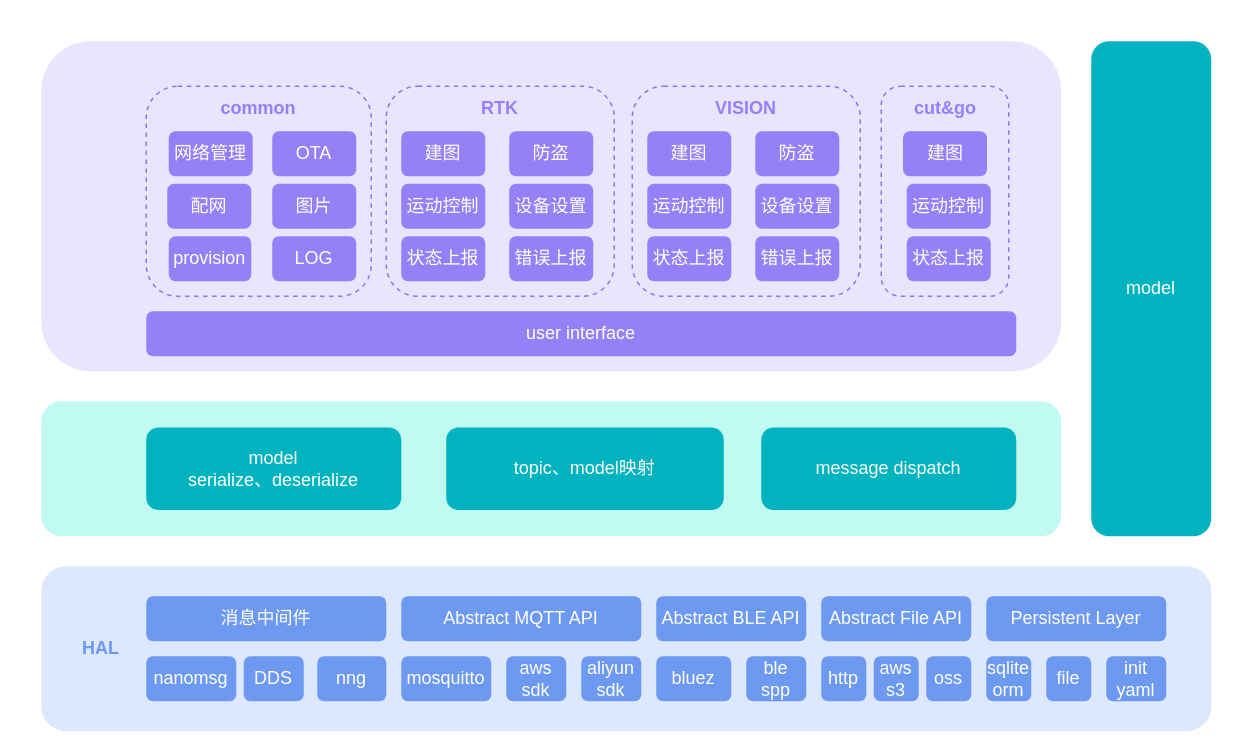
Earlier version of the draw.io diagram 割草机.drawio (xunzhaoxusanduo/1-drawio). Source tidied: cells renumbered, new cells numbered last; positions are measured from the earlier drawing's top-left corner, leaving out a move shared by most shapes. Both pictures are drawn from the tidied source at 150%, with x=0, y=0 at pixel (40, 40).
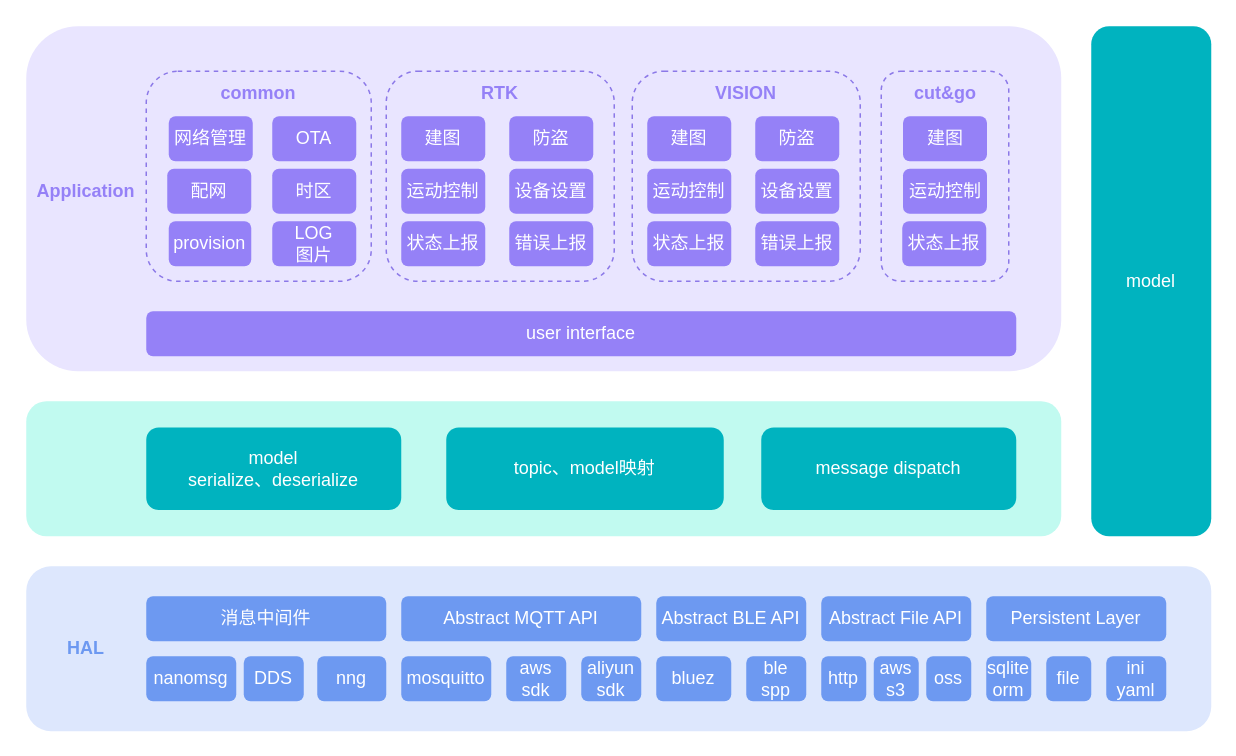
Above is the later version.

Commit message:
更新割草机.drawio

The edit, as a diff of the source:
```diff
@@
     <mxCell id="2" style="rounded=1;whiteSpace=wrap;html=1;fillColor=#dde7fd;strokeColor=none;" parent="1" vertex="1">
-      <mxGeometry y="350" width="780" height="110" as="geometry" />
+      <mxGeometry x="-10" y="350" width="790" height="110" as="geometry" />
     </mxCell>
@@
     <mxCell id="10" value="HAL" style="text;html=1;strokeColor=none;fillColor=none;align=center;verticalAlign=middle;whiteSpace=wrap;rounded=0;fontColor=#6d99f1;fontStyle=1;" parent="1" vertex="1">
-      <mxGeometry x="10" y="390" width="60" height="30" as="geometry" />
+      <mxGeometry x="-5" y="390" width="70" height="30" as="geometry" />
     </mxCell>
     <mxCell id="11" style="rounded=1;whiteSpace=wrap;html=1;fillColor=#c1faf0;strokeColor=none;" parent="1" vertex="1">
-      <mxGeometry y="240" width="680" height="90" as="geometry" />
+      <mxGeometry x="-10" y="240" width="690" height="90" as="geometry" />
     </mxCell>
@@
     <mxCell id="13" value="&lt;div data-t=&quot;flow&quot; data-processon-v=&quot;{&amp;quot;list&amp;quot;:[{&amp;quot;parent&amp;quot;:&amp;quot;&amp;quot;,&amp;quot;link&amp;quot;:&amp;quot;&amp;quot;,&amp;quot;shapeStyle&amp;quot;:{&amp;quot;alpha&amp;quot;:1},&amp;quot;textBlock&amp;quot;:[{&amp;quot;position&amp;quot;:{&amp;quot;w&amp;quot;:&amp;quot;w-20&amp;quot;,&amp;quot;x&amp;quot;:10,&amp;quot;h&amp;quot;:&amp;quot;h&amp;quot;,&amp;quot;y&amp;quot;:0},&amp;quot;text&amp;quot;:&amp;quot;model&lt;div&gt;序列化、反序列化&lt;/div&gt;&amp;quot;}],&amp;quot;anchors&amp;quot;:[{&amp;quot;x&amp;quot;:&amp;quot;w/2&amp;quot;,&amp;quot;y&amp;quot;:&amp;quot;0&amp;quot;},{&amp;quot;x&amp;quot;:&amp;quot;w/2&amp;quot;,&amp;quot;y&amp;quot;:&amp;quot;h&amp;quot;},{&amp;quot;x&amp;quot;:&amp;quot;0&amp;quot;,&amp;quot;y&amp;quot;:&amp;quot;h/2&amp;quot;},{&amp;quot;x&amp;quot;:&amp;quot;w&amp;quot;,&amp;quot;y&amp;quot;:&amp;quot;h/2&amp;quot;}],&amp;quot;fontStyle&amp;quot;:{&amp;quot;color&amp;quot;:&amp;quot;255,255,255&amp;quot;,&amp;quot;size&amp;quot;:12},&amp;quot;dataAttributes&amp;quot;:[{&amp;quot;name&amp;quot;:&amp;quot;序号&amp;quot;,&amp;quot;id&amp;quot;:&amp;quot;JrwUtCCTrl426030&amp;quot;,&amp;quot;type&amp;quot;:&amp;quot;number&amp;quot;,&amp;quot;category&amp;quot;:&amp;quot;default&amp;quot;,&amp;quot;value&amp;quot;:&amp;quot;&amp;quot;},{&amp;quot;name&amp;quot;:&amp;quot;名称&amp;quot;,&amp;quot;id&amp;quot;:&amp;quot;zWFyebNOZr621846&amp;quot;,&amp;quot;type&amp;quot;:&amp;quot;string&amp;quot;,&amp;quot;category&amp;quot;:&amp;quot;default&amp;quot;,&amp;quot;value&amp;quot;:&amp;quot;&amp;quot;},{&amp;quot;name&amp;quot;:&amp;quot;所有者&amp;quot;,&amp;quot;id&amp;quot;:&amp;quot;DDkIAjTwSY076523&amp;quot;,&amp;quot;type&amp;quot;:&amp;quot;string&amp;quot;,&amp;quot;category&amp;quot;:&amp;quot;default&amp;quot;,&amp;quot;value&amp;quot;:&amp;quot;&amp;quot;},{&amp;quot;name&amp;quot;:&amp;quot;连接&amp;quot;,&amp;quot;id&amp;quot;:&amp;quot;XHLMEQMAEG652049&amp;quot;,&amp;quot;type&amp;quot;:&amp;quot;link&amp;quot;,&amp;quot;category&amp;quot;:&amp;quot;default&amp;quot;,&amp;quot;value&amp;quot;:&amp;quot;&amp;quot;},{&amp;quot;name&amp;quot;:&amp;quot;便笺&amp;quot;,&amp;quot;id&amp;quot;:&amp;quot;quSSQknqel203891&amp;quot;,&amp;quot;type&amp;quot;:&amp;quot;string&amp;quot;,&amp;quot;category&amp;quot;:&amp;quot;default&amp;quot;,&amp;quot;value&amp;quot;:&amp;quot;&amp;quot;}],&amp;quot;props&amp;quot;:{&amp;quot;zindex&amp;quot;:25,&amp;quot;w&amp;quot;:153,&amp;quot;x&amp;quot;:195.3589743589743,&amp;quot;h&amp;quot;:44,&amp;quot;y&amp;quot;:420.3333333333335,&amp;quot;angle&amp;quot;:0},&amp;quot;path&amp;quot;:[{&amp;quot;actions&amp;quot;:[{&amp;quot;x&amp;quot;:&amp;quot;0&amp;quot;,&amp;quot;action&amp;quot;:&amp;quot;move&amp;quot;,&amp;quot;y&amp;quot;:&amp;quot;4&amp;quot;},{&amp;quot;y1&amp;quot;:&amp;quot;0&amp;quot;,&amp;quot;x&amp;quot;:&amp;quot;4&amp;quot;,&amp;quot;action&amp;quot;:&amp;quot;quadraticCurve&amp;quot;,&amp;quot;x1&amp;quot;:&amp;quot;0&amp;quot;,&amp;quot;y&amp;quot;:&amp;quot;0&amp;quot;},{&amp;quot;x&amp;quot;:&amp;quot;w-4&amp;quot;,&amp;quot;action&amp;quot;:&amp;quot;line&amp;quot;,&amp;quot;y&amp;quot;:&amp;quot;0&amp;quot;},{&amp;quot;y1&amp;quot;:&amp;quot;0&amp;quot;,&amp;quot;x&amp;quot;:&amp;quot;w&amp;quot;,&amp;quot;action&amp;quot;:&amp;quot;quadraticCurve&amp;quot;,&amp;quot;x1&amp;quot;:&amp;quot;w&amp;quot;,&amp;quot;y&amp;quot;:&amp;quot;4&amp;quot;},{&amp;quot;x&amp;quot;:&amp;quot;w&amp;quot;,&amp;quot;action&amp;quot;:&amp;quot;line&amp;quot;,&amp;quot;y&amp;quot;:&amp;quot;h-4&amp;quot;},{&amp;quot;y1&amp;quot;:&amp;quot;h&amp;quot;,&amp;quot;x&amp;quot;:&amp;quot;w-4&amp;quot;,&amp;quot;action&amp;quot;:&amp;quot;quadraticCurve&amp;quot;,&amp;quot;x1&amp;quot;:&amp;quot;w&amp;quot;,&amp;quot;y&amp;quot;:&amp;quot;h&amp;quot;},{&amp;quot;x&amp;quot;:&amp;quot;4&amp;quot;,&amp;quot;action&amp;quot;:&amp;quot;line&amp;quot;,&amp;quot;y&amp;quot;:&amp;quot;h&amp;quot;},{&amp;quot;y1&amp;quot;:&amp;quot;h&amp;quot;,&amp;quot;x&amp;quot;:&amp;quot;0&amp;quot;,&amp;quot;action&amp;quot;:&amp;quot;quadraticCurve&amp;quot;,&amp;quot;x1&amp;quot;:&amp;quot;0&amp;quot;,&amp;quot;y&amp;quot;:&amp;quot;h-4&amp;quot;},{&amp;quot;action&amp;quot;:&amp;quot;close&amp;quot;}]}],&amp;quot;lineStyle&amp;quot;:{&amp;quot;lineColor&amp;quot;:&amp;quot;0,186,199&amp;quot;},&amp;quot;children&amp;quot;:[],&amp;quot;resizeDir&amp;quot;:[&amp;quot;tl&amp;quot;,&amp;quot;tr&amp;quot;,&amp;quot;br&amp;quot;,&amp;quot;bl&amp;quot;,&amp;quot;l&amp;quot;,&amp;quot;t&amp;quot;,&amp;quot;r&amp;quot;,&amp;quot;b&amp;quot;],&amp;quot;name&amp;quot;:&amp;quot;roundRectangle&amp;quot;,&amp;quot;fillStyle&amp;quot;:{&amp;quot;color&amp;quot;:&amp;quot;0,186,199&amp;quot;,&amp;quot;type&amp;quot;:&amp;quot;solid&amp;quot;},&amp;quot;theme&amp;quot;:{},&amp;quot;id&amp;quot;:&amp;quot;gPrsLUqYKf349802&amp;quot;,&amp;quot;attribute&amp;quot;:{&amp;quot;container&amp;quot;:false,&amp;quot;rotatable&amp;quot;:true,&amp;quot;visible&amp;quot;:true,&amp;quot;fixedLink&amp;quot;:false,&amp;quot;collapsable&amp;quot;:false,&amp;quot;collapsed&amp;quot;:false,&amp;quot;linkable&amp;quot;:true,&amp;quot;markerOffset&amp;quot;:5},&amp;quot;category&amp;quot;:&amp;quot;basic&amp;quot;,&amp;quot;locked&amp;quot;:false,&amp;quot;group&amp;quot;:&amp;quot;&amp;quot;}],&amp;quot;client&amp;quot;:&amp;quot;1700191959465KsjMVhOzrR021758&amp;quot;}&quot;&gt; &lt;/div&gt;" style="text;whiteSpace=wrap;html=1;" parent="1" vertex="1">
-      <mxGeometry x="290" y="150" width="30" height="20" as="geometry" />
+      <mxGeometry x="290" y="140" width="30" height="20" as="geometry" />
     </mxCell>
@@
     <mxCell id="15" style="rounded=1;whiteSpace=wrap;html=1;fillColor=#e9e5ff;strokeColor=none;" parent="1" vertex="1">
-      <mxGeometry width="680" height="220" as="geometry" />
+      <mxGeometry x="-10" y="-10" width="690" height="230" as="geometry" />
     </mxCell>
     <mxCell id="16" style="rounded=1;whiteSpace=wrap;html=1;fillColor=none;dashed=1;strokeColor=#8c79e8;" parent="1" vertex="1">
-      <mxGeometry x="70" y="30" width="150" height="140" as="geometry" />
+      <mxGeometry x="70" y="20" width="150" height="140" as="geometry" />
     </mxCell>
     <mxCell id="17" value="provision" style="rounded=1;whiteSpace=wrap;html=1;strokeColor=none;fillColor=#9581f7;fontColor=#ffffff;" parent="1" vertex="1">
-      <mxGeometry x="85" y="130" width="55" height="30" as="geometry" />
+      <mxGeometry x="85" y="120" width="55" height="30" as="geometry" />
     </mxCell>
@@
     <mxCell id="19" value="common" style="text;html=1;strokeColor=none;fillColor=none;align=center;verticalAlign=middle;whiteSpace=wrap;rounded=0;fontColor=#9581f7;fontStyle=1;fontFamily=Helvetica;" parent="1" vertex="1">
-      <mxGeometry x="115" y="30" width="60" height="30" as="geometry" />
+      <mxGeometry x="115" y="20" width="60" height="30" as="geometry" />
     </mxCell>
@@
     <mxCell id="21" value="model" style="rounded=1;whiteSpace=wrap;html=1;strokeColor=none;fillColor=#00b3bf;fontColor=#ffffff;" parent="1" vertex="1">
-      <mxGeometry x="700" width="80" height="330" as="geometry" />
+      <mxGeometry x="700" y="-10" width="80" height="340" as="geometry" />
     </mxCell>
@@
     <mxCell id="30" style="rounded=1;whiteSpace=wrap;html=1;fillColor=none;dashed=1;strokeColor=#8c79e8;" parent="1" vertex="1">
-      <mxGeometry x="230" y="30" width="152" height="140" as="geometry" />
+      <mxGeometry x="230" y="20" width="152" height="140" as="geometry" />
     </mxCell>
     <mxCell id="31" value="RTK" style="text;html=1;strokeColor=none;fillColor=none;align=center;verticalAlign=middle;whiteSpace=wrap;rounded=0;fontColor=#9581f7;fontStyle=1;fontFamily=Helvetica;" parent="1" vertex="1">
-      <mxGeometry x="276" y="35" width="60" height="20" as="geometry" />
+      <mxGeometry x="276" y="25" width="60" height="20" as="geometry" />
     </mxCell>
     <mxCell id="32" value="配网" style="rounded=1;whiteSpace=wrap;html=1;strokeColor=none;fillColor=#9581f7;fontColor=#ffffff;" parent="1" vertex="1">
-      <mxGeometry x="84" y="95" width="56" height="30" as="geometry" />
+      <mxGeometry x="84" y="85" width="56" height="30" as="geometry" />
     </mxCell>
-    <mxCell id="33" value="图片" style="rounded=1;whiteSpace=wrap;html=1;strokeColor=none;fillColor=#9581f7;fontColor=#ffffff;" parent="1" vertex="1">
-      <mxGeometry x="154" y="95" width="56" height="30" as="geometry" />
+    <mxCell id="33" value="时区" style="rounded=1;whiteSpace=wrap;html=1;strokeColor=none;fillColor=#9581f7;fontColor=#ffffff;" parent="1" vertex="1">
+      <mxGeometry x="154" y="85" width="56" height="30" as="geometry" />
     </mxCell>
-    <mxCell id="34" value="LOG" style="rounded=1;whiteSpace=wrap;html=1;strokeColor=none;fillColor=#9581f7;fontColor=#ffffff;" parent="1" vertex="1">
-      <mxGeometry x="154" y="130" width="56" height="30" as="geometry" />
+    <mxCell id="34" value="LOG&lt;br&gt;图片" style="rounded=1;whiteSpace=wrap;html=1;strokeColor=none;fillColor=#9581f7;fontColor=#ffffff;" parent="1" vertex="1">
+      <mxGeometry x="154" y="120" width="56" height="30" as="geometry" />
     </mxCell>
     <mxCell id="35" value="运动控制" style="rounded=1;whiteSpace=wrap;html=1;strokeColor=none;fillColor=#9581f7;fontColor=#ffffff;" parent="1" vertex="1">
-      <mxGeometry x="240" y="95" width="56" height="30" as="geometry" />
+      <mxGeometry x="240" y="85" width="56" height="30" as="geometry" />
     </mxCell>
     <mxCell id="36" value="设备设置" style="rounded=1;whiteSpace=wrap;html=1;strokeColor=none;fillColor=#9581f7;fontColor=#ffffff;" parent="1" vertex="1">
-      <mxGeometry x="312" y="95" width="56" height="30" as="geometry" />
+      <mxGeometry x="312" y="85" width="56" height="30" as="geometry" />
     </mxCell>
     <mxCell id="37" value="状态上报" style="rounded=1;whiteSpace=wrap;html=1;strokeColor=none;fillColor=#9581f7;fontColor=#ffffff;" parent="1" vertex="1">
-      <mxGeometry x="240" y="130" width="56" height="30" as="geometry" />
+      <mxGeometry x="240" y="120" width="56" height="30" as="geometry" />
     </mxCell>
     <mxCell id="38" value="错误上报" style="rounded=1;whiteSpace=wrap;html=1;strokeColor=none;fillColor=#9581f7;fontColor=#ffffff;" parent="1" vertex="1">
-      <mxGeometry x="312" y="130" width="56" height="30" as="geometry" />
+      <mxGeometry x="312" y="120" width="56" height="30" as="geometry" />
     </mxCell>
     <mxCell id="39" value="建图" style="rounded=1;whiteSpace=wrap;html=1;strokeColor=none;fillColor=#9581f7;fontColor=#ffffff;" parent="1" vertex="1">
-      <mxGeometry x="240" y="60" width="56" height="30" as="geometry" />
+      <mxGeometry x="240" y="50" width="56" height="30" as="geometry" />
     </mxCell>
     <mxCell id="40" value="防盗" style="rounded=1;whiteSpace=wrap;html=1;strokeColor=none;fillColor=#9581f7;fontColor=#ffffff;" parent="1" vertex="1">
-      <mxGeometry x="312" y="60" width="56" height="30" as="geometry" />
+      <mxGeometry x="312" y="50" width="56" height="30" as="geometry" />
     </mxCell>
     <mxCell id="41" value="网络管理" style="rounded=1;whiteSpace=wrap;html=1;strokeColor=none;fillColor=#9581f7;fontColor=#ffffff;" parent="1" vertex="1">
-      <mxGeometry x="85" y="60" width="56" height="30" as="geometry" />
+      <mxGeometry x="85" y="50" width="56" height="30" as="geometry" />
     </mxCell>
     <mxCell id="42" value="OTA" style="rounded=1;whiteSpace=wrap;html=1;strokeColor=none;fillColor=#9581f7;fontColor=#ffffff;" parent="1" vertex="1">
-      <mxGeometry x="154" y="60" width="56" height="30" as="geometry" />
+      <mxGeometry x="154" y="50" width="56" height="30" as="geometry" />
     </mxCell>
@@
-    <mxCell id="46" value="init&lt;br&gt;yaml" style="rounded=1;whiteSpace=wrap;html=1;strokeColor=none;fillColor=#6d99f1;fontColor=#ffffff;" parent="1" vertex="1">
+    <mxCell id="46" value="ini&lt;br&gt;yaml" style="rounded=1;whiteSpace=wrap;html=1;strokeColor=none;fillColor=#6d99f1;fontColor=#ffffff;" parent="1" vertex="1">
       <mxGeometry x="710" y="410" width="40" height="30" as="geometry" />
     </mxCell>
     <mxCell id="47" style="rounded=1;whiteSpace=wrap;html=1;fillColor=none;dashed=1;strokeColor=#8c79e8;" parent="1" vertex="1">
-      <mxGeometry x="394" y="30" width="152" height="140" as="geometry" />
+      <mxGeometry x="394" y="20" width="152" height="140" as="geometry" />
     </mxCell>
     <mxCell id="48" value="VISION" style="text;html=1;strokeColor=none;fillColor=none;align=center;verticalAlign=middle;whiteSpace=wrap;rounded=0;fontColor=#9581f7;fontStyle=1;fontFamily=Helvetica;" parent="1" vertex="1">
-      <mxGeometry x="440" y="35" width="60" height="20" as="geometry" />
+      <mxGeometry x="440" y="25" width="60" height="20" as="geometry" />
     </mxCell>
     <mxCell id="49" value="运动控制" style="rounded=1;whiteSpace=wrap;html=1;strokeColor=none;fillColor=#9581f7;fontColor=#ffffff;" parent="1" vertex="1">
-      <mxGeometry x="404" y="95" width="56" height="30" as="geometry" />
+      <mxGeometry x="404" y="85" width="56" height="30" as="geometry" />
     </mxCell>
     <mxCell id="50" value="设备设置" style="rounded=1;whiteSpace=wrap;html=1;strokeColor=none;fillColor=#9581f7;fontColor=#ffffff;" parent="1" vertex="1">
-      <mxGeometry x="476" y="95" width="56" height="30" as="geometry" />
+      <mxGeometry x="476" y="85" width="56" height="30" as="geometry" />
     </mxCell>
     <mxCell id="51" value="状态上报" style="rounded=1;whiteSpace=wrap;html=1;strokeColor=none;fillColor=#9581f7;fontColor=#ffffff;" parent="1" vertex="1">
-      <mxGeometry x="404" y="130" width="56" height="30" as="geometry" />
+      <mxGeometry x="404" y="120" width="56" height="30" as="geometry" />
     </mxCell>
     <mxCell id="52" value="错误上报" style="rounded=1;whiteSpace=wrap;html=1;strokeColor=none;fillColor=#9581f7;fontColor=#ffffff;" parent="1" vertex="1">
-      <mxGeometry x="476" y="130" width="56" height="30" as="geometry" />
+      <mxGeometry x="476" y="120" width="56" height="30" as="geometry" />
     </mxCell>
     <mxCell id="53" value="建图" style="rounded=1;whiteSpace=wrap;html=1;strokeColor=none;fillColor=#9581f7;fontColor=#ffffff;" parent="1" vertex="1">
-      <mxGeometry x="404" y="60" width="56" height="30" as="geometry" />
+      <mxGeometry x="404" y="50" width="56" height="30" as="geometry" />
     </mxCell>
     <mxCell id="54" value="防盗" style="rounded=1;whiteSpace=wrap;html=1;strokeColor=none;fillColor=#9581f7;fontColor=#ffffff;" parent="1" vertex="1">
-      <mxGeometry x="476" y="60" width="56" height="30" as="geometry" />
+      <mxGeometry x="476" y="50" width="56" height="30" as="geometry" />
     </mxCell>
     <mxCell id="55" style="rounded=1;whiteSpace=wrap;html=1;fillColor=none;dashed=1;strokeColor=#8c79e8;" parent="1" vertex="1">
-      <mxGeometry x="560" y="30" width="85" height="140" as="geometry" />
+      <mxGeometry x="560" y="20" width="85" height="140" as="geometry" />
     </mxCell>
     <mxCell id="56" value="cut&amp;amp;go" style="text;html=1;strokeColor=none;fillColor=none;align=center;verticalAlign=middle;whiteSpace=wrap;rounded=0;fontColor=#9581f7;fontStyle=1;fontFamily=Helvetica;" parent="1" vertex="1">
-      <mxGeometry x="572.5" y="35" width="60" height="20" as="geometry" />
+      <mxGeometry x="572.5" y="25" width="60" height="20" as="geometry" />
     </mxCell>
-    <mxCell id="57" value="建图" style="rounded=1;whiteSpace=wrap;html=1;strokeColor=none;fillColor=#9581f7;fontColor=#ffffff;" parent="1" vertex="1">
-      <mxGeometry x="574.5" y="60" width="56" height="30" as="geometry" />
+    <mxCell id="57" value="建图" style="rounded=1;whiteSpace=wrap;html=1;strokeColor=none;fillColor=#9581f7;fontColor=#ffffff;verticalAlign=middle;" parent="1" vertex="1">
+      <mxGeometry x="574.5" y="50" width="56" height="30" as="geometry" />
     </mxCell>
-    <mxCell id="58" value="运动控制" style="rounded=1;whiteSpace=wrap;html=1;strokeColor=none;fillColor=#9581f7;fontColor=#ffffff;" parent="1" vertex="1">
-      <mxGeometry x="577" y="95" width="56" height="30" as="geometry" />
+    <mxCell id="58" value="运动控制" style="rounded=1;whiteSpace=wrap;html=1;strokeColor=none;fillColor=#9581f7;fontColor=#ffffff;verticalAlign=middle;" parent="1" vertex="1">
+      <mxGeometry x="574.5" y="85" width="56" height="30" as="geometry" />
     </mxCell>
-    <mxCell id="59" value="状态上报" style="rounded=1;whiteSpace=wrap;html=1;strokeColor=none;fillColor=#9581f7;fontColor=#ffffff;" parent="1" vertex="1">
-      <mxGeometry x="577" y="130" width="56" height="30" as="geometry" />
+    <mxCell id="59" value="状态上报" style="rounded=1;whiteSpace=wrap;html=1;strokeColor=none;fillColor=#9581f7;fontColor=#ffffff;verticalAlign=middle;" parent="1" vertex="1">
+      <mxGeometry x="574" y="120" width="56" height="30" as="geometry" />
     </mxCell>
+    <mxCell id="60" value="Application" style="text;html=1;strokeColor=none;fillColor=none;align=center;verticalAlign=middle;whiteSpace=wrap;rounded=0;fontColor=#9581f7;fontStyle=1;" parent="1" vertex="1">
+      <mxGeometry y="85" width="60" height="30" as="geometry" />
+    </mxCell>
```
